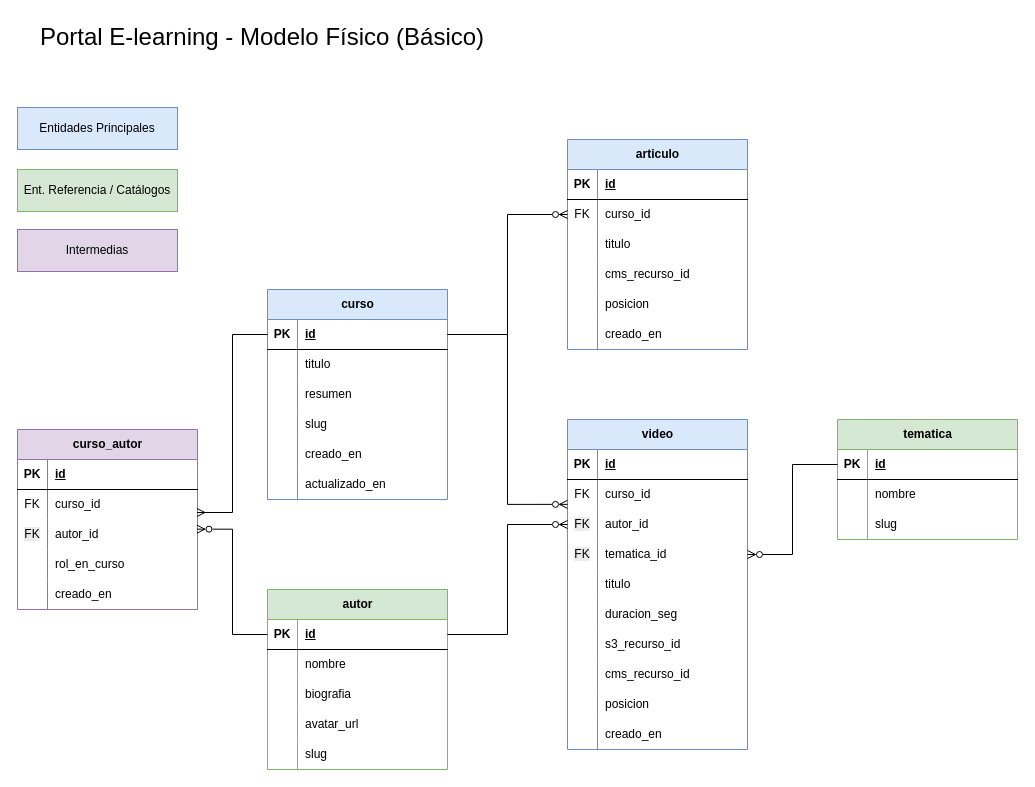
Above: basico/elearning-diagrama-fisico.drawio in cepoumian/lab-modelado-relacional (draw.io), before the change. Source tidied: cells renumbered, new cells numbered last; positions are measured from the earlier drawing's top-left corner, leaving out a move shared by most shapes. Both pictures are drawn from the tidied source at 100%, with x=0, y=0 at pixel (17, 17).
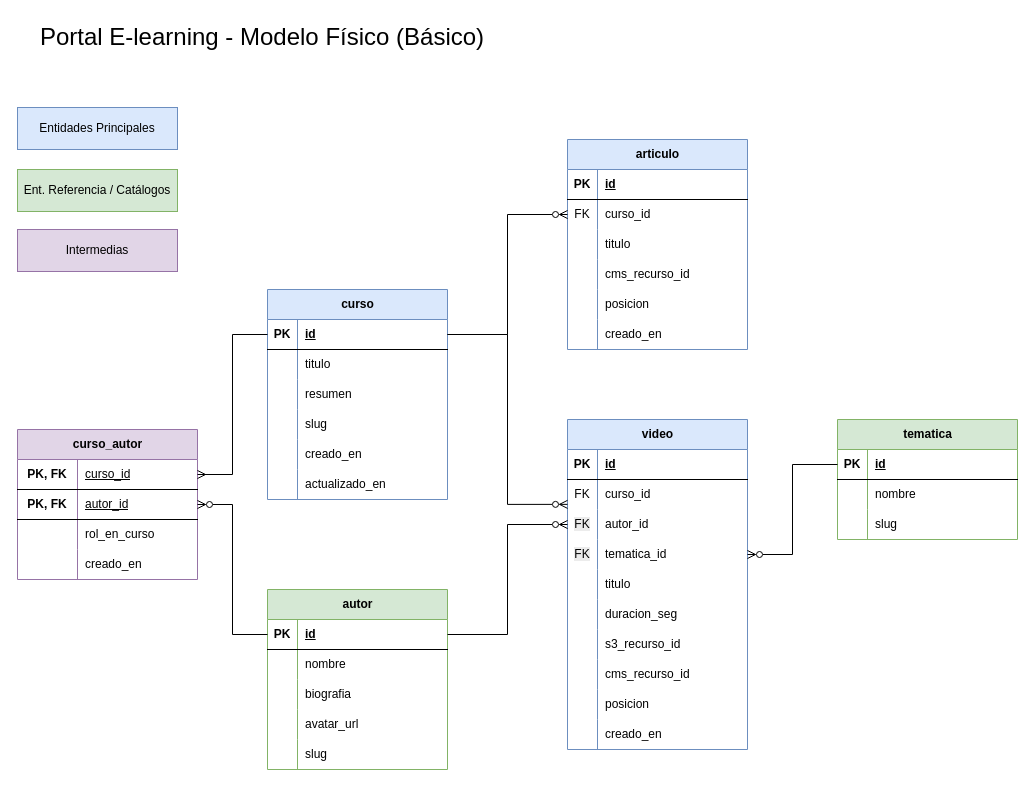
After the change.

The change refers to these unchanged cells:
```xml
<mxCell id="3" style="shape=tableRow;horizontal=0;startSize=0;swimlaneHead=0;swimlaneBody=0;fillColor=none;points=[[0,0.5],[1,0.5]];portConstraint=eastwest;top=0;left=0;right=0;bottom=1;" parent="2" vertex="1">
  <mxGeometry y="30" width="180" height="30" as="geometry" />
</mxCell>
<mxCell id="22" style="shape=tableRow;horizontal=0;startSize=0;swimlaneHead=0;swimlaneBody=0;fillColor=none;points=[[0,0.5],[1,0.5]];portConstraint=eastwest;top=0;left=0;right=0;bottom=1;" parent="21" vertex="1">
  <mxGeometry y="30" width="180" height="30" as="geometry" />
</mxCell>
<mxCell id="48" style="shape=tableRow;horizontal=0;startSize=0;swimlaneHead=0;swimlaneBody=0;fillColor=none;points=[[0,0.5],[1,0.5]];portConstraint=eastwest;top=0;left=0;right=0;bottom=1;" parent="47" vertex="1">
  <mxGeometry y="30" width="180" height="30" as="geometry" />
</mxCell>
<mxCell id="51" style="shape=tableRow;horizontal=0;startSize=0;swimlaneHead=0;swimlaneBody=0;fillColor=none;points=[[0,0.5],[1,0.5]];portConstraint=eastwest;top=0;left=0;right=0;bottom=0;" parent="47" vertex="1">
  <mxGeometry y="60" width="180" height="30" as="geometry" />
</mxCell>
```

Change to the diagram source:
```diff
@@
     <mxCell id="47" value="curso_autor" style="shape=table;startSize=30;childLayout=tableLayout;rowLines=0;fontStyle=1;align=center;html=1;fillColor=#e1d5e7;strokeColor=#9673a6;" parent="1" vertex="1">
-      <mxGeometry y="412" width="180" height="180" as="geometry" />
+      <mxGeometry y="412" width="180" height="150" as="geometry" />
     </mxCell>
@@
-    <mxCell id="49" value="PK" style="shape=partialRectangle;fillColor=none;top=0;left=0;bottom=0;right=0;fontStyle=1;overflow=hidden;whiteSpace=wrap;html=1;" parent="48" vertex="1">
-      <mxGeometry width="30" height="30" as="geometry" />
+    <mxCell id="49" value="PK, FK" style="shape=partialRectangle;fillColor=none;top=0;left=0;bottom=0;right=0;fontStyle=1;overflow=hidden;whiteSpace=wrap;html=1;" parent="48" vertex="1">
+      <mxGeometry width="60" height="30" as="geometry" />
     </mxCell>
-    <mxCell id="50" value="id" style="shape=partialRectangle;fillColor=none;top=0;left=0;bottom=0;right=0;align=left;spacingLeft=6;fontStyle=5;overflow=hidden;whiteSpace=wrap;html=1;" parent="48" vertex="1">
-      <mxGeometry x="30" width="150" height="30" as="geometry" />
+    <mxCell id="50" value="&lt;span style=&quot;font-weight: 400;&quot;&gt;curso_id&lt;/span&gt;" style="shape=partialRectangle;fillColor=none;top=0;left=0;bottom=0;right=0;align=left;spacingLeft=6;fontStyle=5;overflow=hidden;whiteSpace=wrap;html=1;" parent="48" vertex="1">
+      <mxGeometry x="60" width="120" height="30" as="geometry" />
     </mxCell>
@@
-    <mxCell id="52" value="FK" style="shape=partialRectangle;fillColor=none;top=0;left=0;bottom=0;right=0;overflow=hidden;whiteSpace=wrap;html=1;" parent="51" vertex="1">
-      <mxGeometry width="30" height="30" as="geometry" />
+    <mxCell id="52" value="&lt;span style=&quot;font-weight: 700;&quot;&gt;PK, FK&lt;/span&gt;" style="shape=partialRectangle;fillColor=none;top=0;left=0;bottom=1;right=0;overflow=hidden;whiteSpace=wrap;html=1;" parent="51" vertex="1">
+      <mxGeometry width="60" height="30" as="geometry" />
     </mxCell>
-    <mxCell id="53" value="curso_id" style="shape=partialRectangle;fillColor=none;top=0;left=0;bottom=0;right=0;align=left;spacingLeft=6;overflow=hidden;whiteSpace=wrap;html=1;" parent="51" vertex="1">
-      <mxGeometry x="30" width="150" height="30" as="geometry" />
+    <mxCell id="53" value="autor_id" style="shape=partialRectangle;fillColor=none;top=0;left=0;bottom=1;right=0;align=left;spacingLeft=6;overflow=hidden;whiteSpace=wrap;html=1;fontStyle=4;" parent="51" vertex="1">
+      <mxGeometry x="60" width="120" height="30" as="geometry" />
     </mxCell>
-    <mxCell id="54" style="shape=tableRow;horizontal=0;startSize=0;swimlaneHead=0;swimlaneBody=0;fillColor=none;points=[[0,0.5],[1,0.5]];portConstraint=eastwest;top=0;left=0;right=0;bottom=0;" parent="47" vertex="1">
-      <mxGeometry y="90" width="180" height="30" as="geometry" />
-    </mxCell>
-    <mxCell id="55" value="&lt;span style=&quot;color: rgb(0, 0, 0); font-family: Helvetica; font-size: 12px; font-style: normal; font-variant-ligatures: normal; font-variant-caps: normal; font-weight: 400; letter-spacing: normal; orphans: 2; text-align: center; text-indent: 0px; text-transform: none; widows: 2; word-spacing: 0px; -webkit-text-stroke-width: 0px; white-space: normal; background-color: rgb(236, 236, 236); text-decoration-thickness: initial; text-decoration-style: initial; text-decoration-color: initial; display: inline !important; float: none;&quot;&gt;FK&lt;/span&gt;" style="shape=partialRectangle;fillColor=none;top=0;left=0;bottom=0;right=0;overflow=hidden;whiteSpace=wrap;html=1;" parent="54" vertex="1">
-      <mxGeometry width="30" height="30" as="geometry" />
-    </mxCell>
-    <mxCell id="56" value="autor_id" style="shape=partialRectangle;fillColor=none;top=0;left=0;bottom=0;right=0;align=left;spacingLeft=6;overflow=hidden;whiteSpace=wrap;html=1;" parent="54" vertex="1">
-      <mxGeometry x="30" width="150" height="30" as="geometry" />
-    </mxCell>
     <mxCell id="57" style="shape=tableRow;horizontal=0;startSize=0;swimlaneHead=0;swimlaneBody=0;fillColor=none;top=0;left=0;right=0;bottom=0;" parent="47" vertex="1">
-      <mxGeometry y="120" width="180" height="30" as="geometry" />
+      <mxGeometry y="90" width="180" height="30" as="geometry" />
     </mxCell>
     <mxCell id="58" style="shape=partialRectangle;fillColor=none;top=0;left=0;bottom=0;right=0;overflow=hidden;whiteSpace=wrap;html=1;" parent="57" vertex="1">
-      <mxGeometry width="30" height="30" as="geometry" />
+      <mxGeometry width="60" height="30" as="geometry" />
     </mxCell>
     <mxCell id="59" value="rol_en_curso" style="shape=partialRectangle;fillColor=none;top=0;left=0;bottom=0;right=0;align=left;spacingLeft=6;overflow=hidden;whiteSpace=wrap;html=1;" parent="57" vertex="1">
-      <mxGeometry x="30" width="150" height="30" as="geometry" />
+      <mxGeometry x="60" width="120" height="30" as="geometry" />
     </mxCell>
     <mxCell id="60" style="shape=tableRow;horizontal=0;startSize=0;swimlaneHead=0;swimlaneBody=0;fillColor=none;top=0;left=0;right=0;bottom=0;" parent="47" vertex="1">
-      <mxGeometry y="150" width="180" height="30" as="geometry" />
+      <mxGeometry y="120" width="180" height="30" as="geometry" />
     </mxCell>
     <mxCell id="61" style="shape=partialRectangle;fillColor=none;top=0;left=0;bottom=0;right=0;overflow=hidden;whiteSpace=wrap;html=1;" parent="60" vertex="1">
-      <mxGeometry width="30" height="30" as="geometry" />
+      <mxGeometry width="60" height="30" as="geometry" />
     </mxCell>
     <mxCell id="62" value="creado_en" style="shape=partialRectangle;fillColor=none;top=0;left=0;bottom=0;right=0;align=left;spacingLeft=6;overflow=hidden;whiteSpace=wrap;html=1;" parent="60" vertex="1">
-      <mxGeometry x="30" width="150" height="30" as="geometry" />
+      <mxGeometry x="60" width="120" height="30" as="geometry" />
     </mxCell>
@@
-    <mxCell id="117" style="edgeStyle=orthogonalEdgeStyle;rounded=0;jettySize=auto;html=1;entryX=0.997;entryY=0.767;entryDx=0;entryDy=0;entryPerimeter=0;endArrow=ERmany;endFill=0;" parent="1" edge="1" source="3" target="51">
+    <mxCell id="117" style="edgeStyle=orthogonalEdgeStyle;rounded=0;jettySize=auto;html=1;entryX=1;entryY=0.5;entryDx=0;entryDy=0;endArrow=ERmany;endFill=0;" parent="1" edge="1" source="3" target="48">
       <mxGeometry relative="1" as="geometry" />
     </mxCell>
-    <mxCell id="118" style="edgeStyle=orthogonalEdgeStyle;rounded=0;jettySize=auto;html=1;entryX=0.997;entryY=0.322;entryDx=0;entryDy=0;entryPerimeter=0;endArrow=ERzeroToMany;endFill=0;" parent="1" edge="1" source="22" target="54">
+    <mxCell id="118" style="edgeStyle=orthogonalEdgeStyle;rounded=0;jettySize=auto;html=1;entryX=1;entryY=0.5;entryDx=0;entryDy=0;endArrow=ERzeroToMany;endFill=0;" parent="1" edge="1" source="22" target="51">
       <mxGeometry relative="1" as="geometry" />
     </mxCell>
```
